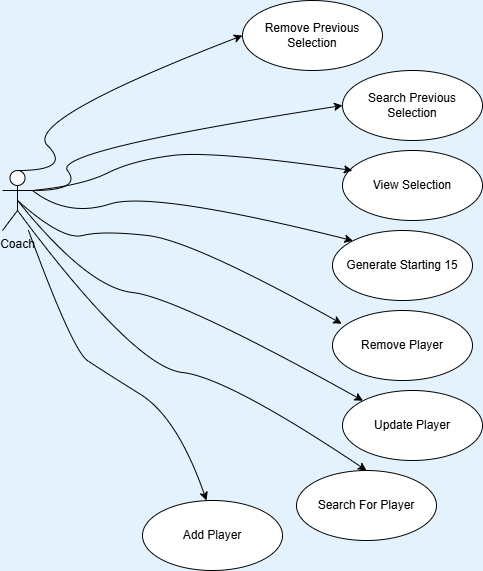
Earlier version of the draw.io export documentation/Use Case Diagrams/CoachUseCaseV1.png (oTino-oo/RugbyIQ). Source tidied: cells renumbered, new cells last; positions are measured from the earlier drawing's top-left corner, leaving out a move shared by most shapes.
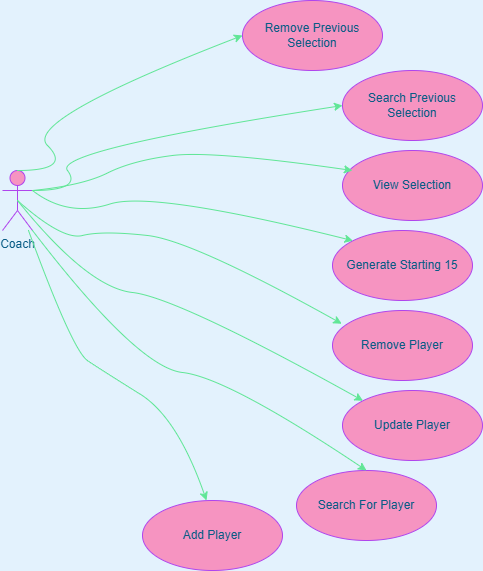
Above is the later version.

The edit, as a diff of the source:
```diff
@@ -2,34 +2,34 @@
   <root>
     <mxCell id="0" />
     <mxCell id="1" parent="0" />
-    <mxCell id="2" value="Coach" style="shape=umlActor;verticalLabelPosition=bottom;verticalAlign=top;html=1;outlineConnect=0;" parent="1" vertex="1">
+    <mxCell id="2" value="Coach" style="shape=umlActor;verticalLabelPosition=bottom;verticalAlign=top;html=1;outlineConnect=0;labelBackgroundColor=none;fillColor=#F694C1;strokeColor=#AF45ED;fontColor=#095C86;" parent="1" vertex="1">
       <mxGeometry y="170" width="30" height="60" as="geometry" />
     </mxCell>
-    <mxCell id="3" value="Remove Previous Selection" style="ellipse;whiteSpace=wrap;html=1;" parent="1" vertex="1">
+    <mxCell id="3" value="Remove Previous Selection" style="ellipse;whiteSpace=wrap;html=1;labelBackgroundColor=none;fillColor=#F694C1;strokeColor=#AF45ED;fontColor=#095C86;" parent="1" vertex="1">
       <mxGeometry x="240" width="140" height="70" as="geometry" />
     </mxCell>
-    <mxCell id="4" value="Add Player" style="ellipse;whiteSpace=wrap;html=1;" parent="1" vertex="1">
+    <mxCell id="4" value="Add Player" style="ellipse;whiteSpace=wrap;html=1;labelBackgroundColor=none;fillColor=#F694C1;strokeColor=#AF45ED;fontColor=#095C86;" parent="1" vertex="1">
       <mxGeometry x="140" y="500" width="140" height="70" as="geometry" />
     </mxCell>
-    <mxCell id="5" value="Search For Player" style="ellipse;whiteSpace=wrap;html=1;" parent="1" vertex="1">
+    <mxCell id="5" value="Search For Player" style="ellipse;whiteSpace=wrap;html=1;labelBackgroundColor=none;fillColor=#F694C1;strokeColor=#AF45ED;fontColor=#095C86;" parent="1" vertex="1">
       <mxGeometry x="294" y="470" width="140" height="70" as="geometry" />
     </mxCell>
-    <mxCell id="6" value="Update Player" style="ellipse;whiteSpace=wrap;html=1;" parent="1" vertex="1">
+    <mxCell id="6" value="Update Player" style="ellipse;whiteSpace=wrap;html=1;labelBackgroundColor=none;fillColor=#F694C1;strokeColor=#AF45ED;fontColor=#095C86;" parent="1" vertex="1">
       <mxGeometry x="340" y="390" width="140" height="70" as="geometry" />
     </mxCell>
-    <mxCell id="7" value="Remove Player" style="ellipse;whiteSpace=wrap;html=1;" parent="1" vertex="1">
+    <mxCell id="7" value="Remove Player" style="ellipse;whiteSpace=wrap;html=1;labelBackgroundColor=none;fillColor=#F694C1;strokeColor=#AF45ED;fontColor=#095C86;" parent="1" vertex="1">
       <mxGeometry x="330" y="310" width="140" height="70" as="geometry" />
     </mxCell>
-    <mxCell id="8" value="Generate Starting 15" style="ellipse;whiteSpace=wrap;html=1;" parent="1" vertex="1">
+    <mxCell id="8" value="Generate Starting 15" style="ellipse;whiteSpace=wrap;html=1;labelBackgroundColor=none;fillColor=#F694C1;strokeColor=#AF45ED;fontColor=#095C86;" parent="1" vertex="1">
       <mxGeometry x="330" y="230" width="140" height="70" as="geometry" />
     </mxCell>
-    <mxCell id="9" value="View Selection" style="ellipse;whiteSpace=wrap;html=1;" parent="1" vertex="1">
+    <mxCell id="9" value="View Selection" style="ellipse;whiteSpace=wrap;html=1;labelBackgroundColor=none;fillColor=#F694C1;strokeColor=#AF45ED;fontColor=#095C86;" parent="1" vertex="1">
       <mxGeometry x="340" y="150" width="140" height="70" as="geometry" />
     </mxCell>
-    <mxCell id="10" value="Search Previous Selection" style="ellipse;whiteSpace=wrap;html=1;" parent="1" vertex="1">
+    <mxCell id="10" value="Search Previous Selection" style="ellipse;whiteSpace=wrap;html=1;labelBackgroundColor=none;fillColor=#F694C1;strokeColor=#AF45ED;fontColor=#095C86;" parent="1" vertex="1">
       <mxGeometry x="340" y="70" width="140" height="70" as="geometry" />
     </mxCell>
-    <mxCell id="11" style="curved=1;endArrow=classic;html=1;rounded=0;entryX=0;entryY=0.5;entryDx=0;entryDy=0;exitX=0.5;exitY=0;exitDx=0;exitDy=0;exitPerimeter=0;" parent="1" edge="1" source="2" target="3">
+    <mxCell id="11" style="curved=1;endArrow=classic;html=1;rounded=0;entryX=0;entryY=0.5;entryDx=0;entryDy=0;exitX=0.5;exitY=0;exitDx=0;exitDy=0;exitPerimeter=0;labelBackgroundColor=none;fontColor=default;strokeColor=#60E696;" parent="1" edge="1" source="2" target="3">
       <mxGeometry relative="1" as="geometry">
         <Array as="points">
           <mxPoint x="70" y="170" />
@@ -37,7 +37,7 @@
         </Array>
       </mxGeometry>
     </mxCell>
-    <mxCell id="12" style="curved=1;endArrow=classic;html=1;rounded=0;entryX=0;entryY=0.5;entryDx=0;entryDy=0;" parent="1" edge="1" target="10">
+    <mxCell id="12" style="curved=1;endArrow=classic;html=1;rounded=0;entryX=0;entryY=0.5;entryDx=0;entryDy=0;labelBackgroundColor=none;fontColor=default;strokeColor=#60E696;" parent="1" edge="1" target="10">
       <mxGeometry relative="1" as="geometry">
         <mxPoint x="30" y="190" as="sourcePoint" />
         <Array as="points">
@@ -46,7 +46,7 @@
         </Array>
       </mxGeometry>
     </mxCell>
-    <mxCell id="13" style="curved=1;endArrow=classic;html=1;rounded=0;entryX=0.066;entryY=0.189;entryDx=0;entryDy=0;entryPerimeter=0;exitX=0.5;exitY=0.5;exitDx=0;exitDy=0;exitPerimeter=0;" parent="1" edge="1" source="2" target="7">
+    <mxCell id="13" style="curved=1;endArrow=classic;html=1;rounded=0;entryX=0.066;entryY=0.189;entryDx=0;entryDy=0;entryPerimeter=0;exitX=0.5;exitY=0.5;exitDx=0;exitDy=0;exitPerimeter=0;labelBackgroundColor=none;fontColor=default;strokeColor=#60E696;" parent="1" edge="1" source="2" target="7">
       <mxGeometry relative="1" as="geometry">
         <Array as="points">
           <mxPoint x="60" y="240" />
@@ -55,7 +55,7 @@
         </Array>
       </mxGeometry>
     </mxCell>
-    <mxCell id="14" style="curved=1;endArrow=classic;html=1;rounded=0;entryX=0;entryY=0;entryDx=0;entryDy=0;exitX=1;exitY=0.3333333333333333;exitDx=0;exitDy=0;exitPerimeter=0;" parent="1" edge="1" source="2" target="8">
+    <mxCell id="14" style="curved=1;endArrow=classic;html=1;rounded=0;entryX=0;entryY=0;entryDx=0;entryDy=0;exitX=1;exitY=0.3333333333333333;exitDx=0;exitDy=0;exitPerimeter=0;labelBackgroundColor=none;fontColor=default;strokeColor=#60E696;" parent="1" edge="1" source="2" target="8">
       <mxGeometry relative="1" as="geometry">
         <Array as="points">
           <mxPoint x="65" y="217" />
@@ -63,7 +63,7 @@
         </Array>
       </mxGeometry>
     </mxCell>
-    <mxCell id="15" style="curved=1;endArrow=classic;html=1;rounded=0;entryX=0;entryY=0;entryDx=0;entryDy=0;exitX=0.5;exitY=0.5;exitDx=0;exitDy=0;exitPerimeter=0;" parent="1" edge="1" source="2" target="6">
+    <mxCell id="15" style="curved=1;endArrow=classic;html=1;rounded=0;entryX=0;entryY=0;entryDx=0;entryDy=0;exitX=0.5;exitY=0.5;exitDx=0;exitDy=0;exitPerimeter=0;labelBackgroundColor=none;fontColor=default;strokeColor=#60E696;" parent="1" edge="1" source="2" target="6">
       <mxGeometry relative="1" as="geometry">
         <Array as="points">
           <mxPoint x="85" y="287" />
@@ -71,7 +71,7 @@
         </Array>
       </mxGeometry>
     </mxCell>
-    <mxCell id="16" style="curved=1;endArrow=classic;html=1;rounded=0;entryX=0.5;entryY=0;entryDx=0;entryDy=0;exitX=1;exitY=1;exitDx=0;exitDy=0;exitPerimeter=0;" parent="1" edge="1" source="2" target="5">
+    <mxCell id="16" style="curved=1;endArrow=classic;html=1;rounded=0;entryX=0.5;entryY=0;entryDx=0;entryDy=0;exitX=1;exitY=1;exitDx=0;exitDy=0;exitPerimeter=0;labelBackgroundColor=none;fontColor=default;strokeColor=#60E696;" parent="1" edge="1" source="2" target="5">
       <mxGeometry relative="1" as="geometry">
         <Array as="points">
           <mxPoint x="135" y="367" />
@@ -79,7 +79,7 @@
         </Array>
       </mxGeometry>
     </mxCell>
-    <mxCell id="17" style="curved=1;endArrow=classic;html=1;rounded=0;entryX=0.066;entryY=0.189;entryDx=0;entryDy=0;entryPerimeter=0;" parent="1" edge="1" source="2">
+    <mxCell id="17" style="curved=1;endArrow=classic;html=1;rounded=0;entryX=0.066;entryY=0.189;entryDx=0;entryDy=0;entryPerimeter=0;labelBackgroundColor=none;fontColor=default;strokeColor=#60E696;" parent="1" edge="1" source="2">
       <mxGeometry relative="1" as="geometry">
         <mxPoint x="204" y="500" as="targetPoint" />
         <Array as="points">
@@ -89,7 +89,7 @@
         </Array>
       </mxGeometry>
     </mxCell>
-    <mxCell id="18" style="curved=1;endArrow=classic;html=1;rounded=0;entryX=0.071;entryY=0.286;entryDx=0;entryDy=0;entryPerimeter=0;exitX=1;exitY=0.3333333333333333;exitDx=0;exitDy=0;exitPerimeter=0;" parent="1" edge="1" source="2" target="9">
+    <mxCell id="18" style="curved=1;endArrow=classic;html=1;rounded=0;entryX=0.071;entryY=0.286;entryDx=0;entryDy=0;entryPerimeter=0;exitX=1;exitY=0.3333333333333333;exitDx=0;exitDy=0;exitPerimeter=0;labelBackgroundColor=none;fontColor=default;strokeColor=#60E696;" parent="1" edge="1" source="2" target="9">
       <mxGeometry relative="1" as="geometry">
         <Array as="points">
           <mxPoint x="80" y="185" />
```
